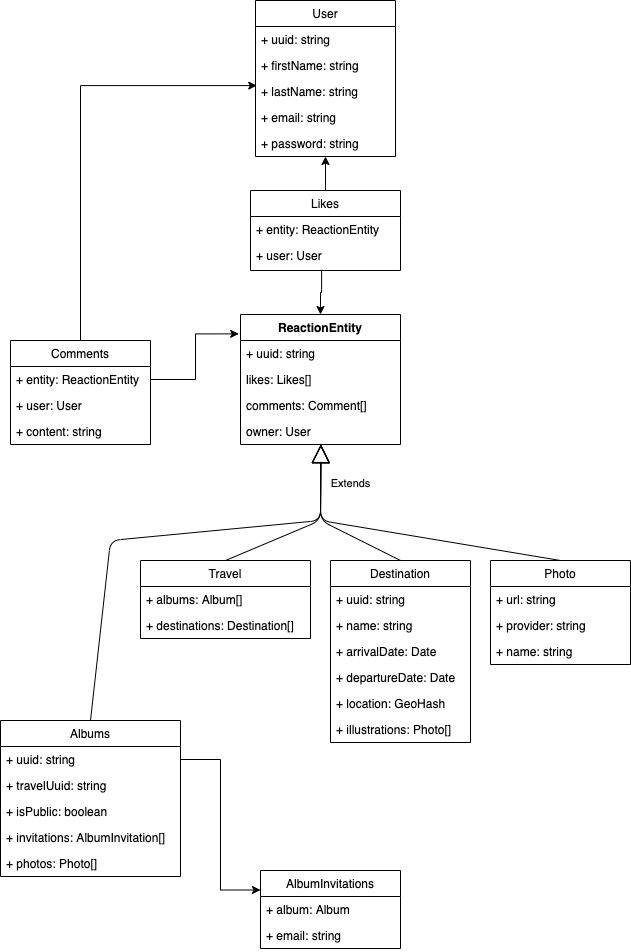
The draw.io diagram docs/class.png in MartinPELCAT-Ynov/ynov-picture-gallery, before a commit. Source tidied: cells renumbered, new cells last; positions are measured from the earlier drawing's top-left corner, leaving out a move shared by most shapes.
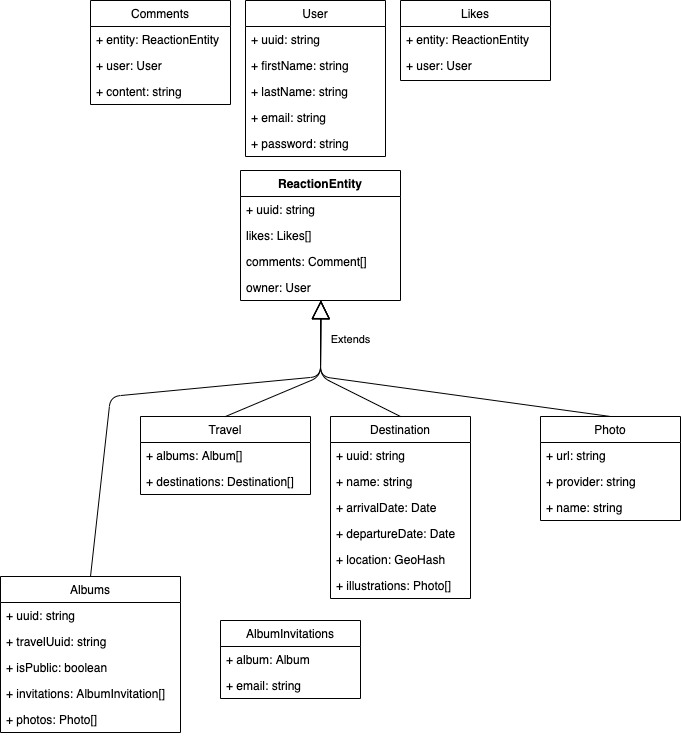
After the commit.

What changed in the source:
```diff
@@ -3,7 +3,7 @@
     <mxCell id="0" />
     <mxCell id="1" parent="0" />
     <mxCell id="2" value="ReactionEntity" style="swimlane;fontStyle=1;align=center;verticalAlign=top;horizontal=1;startSize=26;" parent="1" vertex="1">
-      <mxGeometry x="240" y="314" width="160" height="130" as="geometry" />
+      <mxGeometry x="250" y="170" width="160" height="130" as="geometry" />
     </mxCell>
     <mxCell id="3" value="+ uuid: string&#10;" style="text;strokeColor=none;fillColor=none;align=left;verticalAlign=top;spacingLeft=4;spacingRight=4;overflow=hidden;" parent="2" vertex="1">
       <mxGeometry y="26" width="160" height="26" as="geometry" />
@@ -18,7 +18,7 @@
       <mxGeometry y="104" width="160" height="26" as="geometry" />
     </mxCell>
     <mxCell id="7" value="Travel" style="swimlane;fontStyle=0;horizontal=1;startSize=26;fillColor=none;" parent="1" vertex="1">
-      <mxGeometry x="140" y="560" width="170" height="78" as="geometry" />
+      <mxGeometry x="150" y="416" width="170" height="78" as="geometry" />
     </mxCell>
     <mxCell id="8" value="+ albums: Album[]" style="text;strokeColor=none;fillColor=none;align=left;verticalAlign=top;spacingLeft=4;spacingRight=4;overflow=hidden;" parent="7" vertex="1">
       <mxGeometry y="26" width="170" height="26" as="geometry" />
@@ -27,7 +27,7 @@
       <mxGeometry y="52" width="170" height="26" as="geometry" />
     </mxCell>
     <mxCell id="10" value="Destination" style="swimlane;fontStyle=0;horizontal=1;startSize=26;fillColor=none;" parent="1" vertex="1">
-      <mxGeometry x="330" y="560" width="140" height="182" as="geometry" />
+      <mxGeometry x="340" y="416" width="140" height="182" as="geometry" />
     </mxCell>
     <mxCell id="11" value="+ uuid: string" style="text;strokeColor=none;fillColor=none;align=left;verticalAlign=top;spacingLeft=4;spacingRight=4;overflow=hidden;" parent="10" vertex="1">
       <mxGeometry y="26" width="140" height="26" as="geometry" />
@@ -48,7 +48,7 @@
       <mxGeometry y="156" width="140" height="26" as="geometry" />
     </mxCell>
     <mxCell id="17" value="Photo" style="swimlane;fontStyle=0;horizontal=1;startSize=26;fillColor=none;" parent="1" vertex="1">
-      <mxGeometry x="490" y="560" width="140" height="104" as="geometry" />
+      <mxGeometry x="550" y="416" width="140" height="104" as="geometry" />
     </mxCell>
     <mxCell id="18" value="+ url: string" style="text;strokeColor=none;fillColor=none;align=left;verticalAlign=top;spacingLeft=4;spacingRight=4;overflow=hidden;" parent="17" vertex="1">
       <mxGeometry y="26" width="140" height="26" as="geometry" />
@@ -62,21 +62,21 @@
     <mxCell id="21" value="Extends" style="endArrow=block;endSize=16;endFill=0;html=1;exitX=0.5;exitY=0;exitDx=0;exitDy=0;entryX=0.502;entryY=1.003;entryDx=0;entryDy=0;entryPerimeter=0;" parent="1" edge="1" source="10" target="6">
       <mxGeometry x="0.54" y="-30" relative="1" as="geometry">
         <Array as="points">
-          <mxPoint x="320" y="520" />
+          <mxPoint x="330" y="376" />
         </Array>
       </mxGeometry>
     </mxCell>
     <mxCell id="22" style="endArrow=block;endSize=16;endFill=0;html=1;exitX=0.5;exitY=0;exitDx=0;exitDy=0;entryX=0.503;entryY=0.994;entryDx=0;entryDy=0;entryPerimeter=0;" parent="1" edge="1" source="7" target="6">
       <mxGeometry relative="1" as="geometry">
         <Array as="points">
-          <mxPoint x="320" y="520" />
+          <mxPoint x="330" y="376" />
         </Array>
       </mxGeometry>
     </mxCell>
     <mxCell id="23" style="endArrow=block;endSize=16;endFill=0;html=1;exitX=0.5;exitY=0;exitDx=0;exitDy=0;entryX=0.503;entryY=0.999;entryDx=0;entryDy=0;entryPerimeter=0;" parent="1" edge="1" source="17" target="6">
       <mxGeometry x="-0.09" y="-15" relative="1" as="geometry">
         <Array as="points">
-          <mxPoint x="320" y="520" />
+          <mxPoint x="330" y="376" />
         </Array>
       </mxGeometry>
     </mxCell>
@@ -98,14 +98,8 @@
     <mxCell id="29" value="+ password: string" style="text;strokeColor=none;fillColor=none;align=left;verticalAlign=top;spacingLeft=4;spacingRight=4;overflow=hidden;" parent="24" vertex="1">
       <mxGeometry y="130" width="140" height="26" as="geometry" />
     </mxCell>
-    <mxCell id="30" style="edgeStyle=orthogonalEdgeStyle;rounded=0;jettySize=auto;html=1;exitX=0.5;exitY=0;exitDx=0;exitDy=0;entryX=0.5;entryY=1;entryDx=0;entryDy=0;" parent="1" edge="1" source="32" target="24">
-      <mxGeometry relative="1" as="geometry" />
-    </mxCell>
-    <mxCell id="31" style="edgeStyle=orthogonalEdgeStyle;rounded=0;jettySize=auto;html=1;exitX=0.474;exitY=0.973;exitDx=0;exitDy=0;entryX=0.5;entryY=0;entryDx=0;entryDy=0;exitPerimeter=0;" parent="1" edge="1" source="34" target="2">
-      <mxGeometry relative="1" as="geometry" />
-    </mxCell>
     <mxCell id="32" value="Likes" style="swimlane;fontStyle=0;horizontal=1;startSize=26;fillColor=none;" parent="1" vertex="1">
-      <mxGeometry x="250" y="190" width="150" height="80" as="geometry" />
+      <mxGeometry x="410" width="150" height="80" as="geometry" />
     </mxCell>
     <mxCell id="33" value="+ entity: ReactionEntity" style="text;strokeColor=none;fillColor=none;align=left;verticalAlign=top;spacingLeft=4;spacingRight=4;overflow=hidden;" parent="32" vertex="1">
       <mxGeometry y="26" width="150" height="26" as="geometry" />
@@ -114,7 +108,7 @@
       <mxGeometry y="52" width="150" height="28" as="geometry" />
     </mxCell>
     <mxCell id="35" value="Albums" style="swimlane;fontStyle=0;horizontal=1;startSize=26;fillColor=none;" parent="1" vertex="1">
-      <mxGeometry y="720" width="180" height="156" as="geometry" />
+      <mxGeometry x="10" y="576" width="180" height="156" as="geometry" />
     </mxCell>
     <mxCell id="36" value="+ uuid: string" style="text;strokeColor=none;fillColor=none;align=left;verticalAlign=top;spacingLeft=4;spacingRight=4;overflow=hidden;points=[[0,0.5],[1,0.5]];portConstraint=eastwest;" parent="35" vertex="1">
       <mxGeometry y="26" width="180" height="26" as="geometry" />
@@ -134,16 +128,13 @@
     <mxCell id="41" style="endArrow=block;endSize=16;endFill=0;html=1;exitX=0.5;exitY=0;exitDx=0;exitDy=0;entryX=0.502;entryY=1.02;entryDx=0;entryDy=0;entryPerimeter=0;" parent="1" edge="1" source="35" target="6">
       <mxGeometry y="16" relative="1" as="geometry">
         <Array as="points">
-          <mxPoint x="110" y="540" />
-          <mxPoint x="320" y="520" />
+          <mxPoint x="120" y="396" />
+          <mxPoint x="330" y="376" />
         </Array>
       </mxGeometry>
     </mxCell>
-    <mxCell id="42" style="edgeStyle=orthogonalEdgeStyle;rounded=0;jettySize=auto;html=1;exitX=0.5;exitY=0;exitDx=0;exitDy=0;entryX=0.009;entryY=0.273;entryDx=0;entryDy=0;entryPerimeter=0;" parent="1" edge="1" source="43" target="27">
-      <mxGeometry relative="1" as="geometry" />
-    </mxCell>
     <mxCell id="43" value="Comments" style="swimlane;fontStyle=0;horizontal=1;startSize=26;fillColor=none;" parent="1" vertex="1">
-      <mxGeometry x="10" y="340" width="140" height="104" as="geometry" />
+      <mxGeometry x="100" width="140" height="104" as="geometry" />
     </mxCell>
     <mxCell id="44" value="+ entity: ReactionEntity" style="text;strokeColor=none;fillColor=none;align=left;verticalAlign=top;spacingLeft=4;spacingRight=4;overflow=hidden;points=[[0,0.5],[1,0.5]];portConstraint=eastwest;" parent="43" vertex="1">
       <mxGeometry y="26" width="140" height="26" as="geometry" />
@@ -155,7 +146,7 @@
       <mxGeometry y="78" width="140" height="26" as="geometry" />
     </mxCell>
     <mxCell id="47" value="AlbumInvitations" style="swimlane;fontStyle=0;horizontal=1;startSize=26;fillColor=none;" parent="1" vertex="1">
-      <mxGeometry x="260" y="870" width="140" height="78" as="geometry" />
+      <mxGeometry x="230" y="620" width="140" height="78" as="geometry" />
     </mxCell>
     <mxCell id="48" value="+ album: Album" style="text;strokeColor=none;fillColor=none;align=left;verticalAlign=top;spacingLeft=4;spacingRight=4;overflow=hidden;" parent="47" vertex="1">
       <mxGeometry y="26" width="140" height="26" as="geometry" />
@@ -163,11 +154,5 @@
     <mxCell id="49" value="+ email: string" style="text;strokeColor=none;fillColor=none;align=left;verticalAlign=top;spacingLeft=4;spacingRight=4;overflow=hidden;" parent="47" vertex="1">
       <mxGeometry y="52" width="140" height="26" as="geometry" />
     </mxCell>
-    <mxCell id="50" style="edgeStyle=orthogonalEdgeStyle;rounded=0;jettySize=auto;html=1;exitX=1;exitY=0.5;exitDx=0;exitDy=0;entryX=0;entryY=0.25;entryDx=0;entryDy=0;" parent="1" edge="1" source="36" target="47">
-      <mxGeometry relative="1" as="geometry" />
-    </mxCell>
-    <mxCell id="51" style="edgeStyle=orthogonalEdgeStyle;rounded=0;jettySize=auto;html=1;exitX=1;exitY=0.5;exitDx=0;exitDy=0;entryX=-0.011;entryY=0.149;entryDx=0;entryDy=0;entryPerimeter=0;" parent="1" edge="1" source="44" target="2">
-      <mxGeometry relative="1" as="geometry" />
-    </mxCell>
   </root>
 </mxGraphModel>
```
